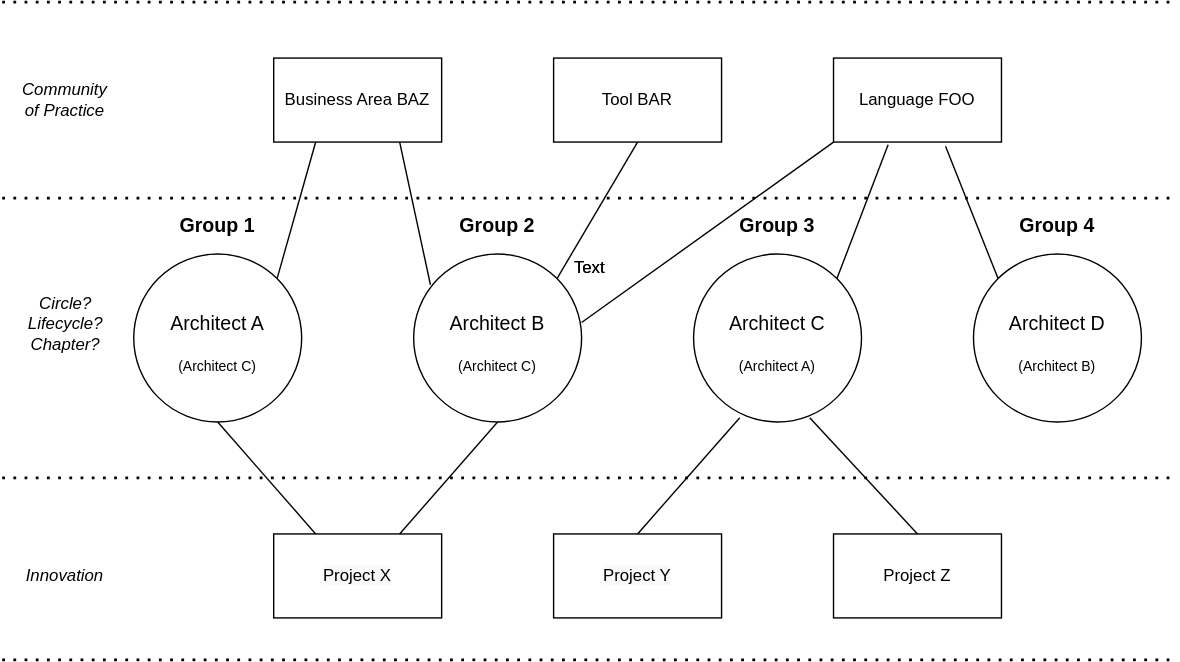
Before: Architecture Ideas-Teams POV.svg, a diagram exported from draw.io (CrossEye/temp). Source tidied: cells renumbered, new cells last; positions are measured from the earlier drawing's top-left corner, leaving out a move shared by most shapes.
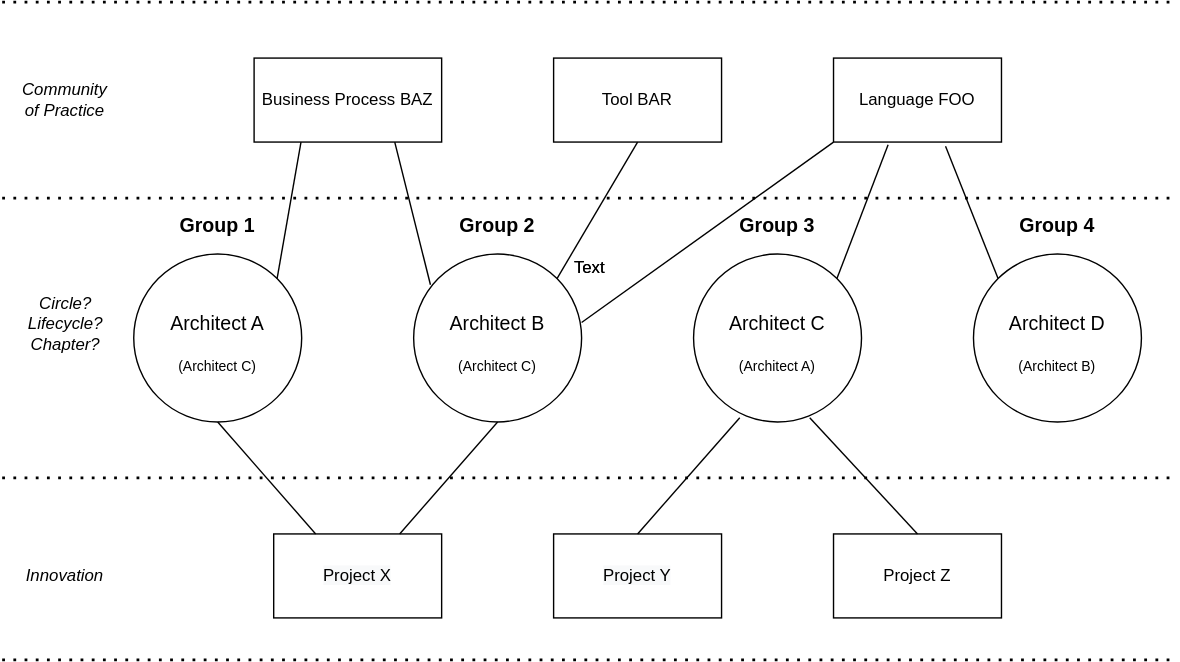
The same file after the commit.

What changed in the source:
```diff
@@ -50,8 +50,8 @@
     <mxCell id="17" value="&lt;font style=&quot;font-size: 10px&quot;&gt;(Architect B)&lt;/font&gt;" style="text;html=1;strokeColor=none;fillColor=none;align=center;verticalAlign=middle;whiteSpace=wrap;rounded=0;" parent="1" vertex="1">
       <mxGeometry x="714" y="235" width="80" height="50" as="geometry" />
     </mxCell>
-    <mxCell id="18" value="Business Area BAZ" style="rounded=0;whiteSpace=wrap;html=1;" parent="1" vertex="1">
-      <mxGeometry x="194" y="40" width="120" height="60" as="geometry" />
+    <mxCell id="18" value="Business Process BAZ" style="rounded=0;whiteSpace=wrap;html=1;" parent="1" vertex="1">
+      <mxGeometry x="180" y="40" width="134" height="60" as="geometry" />
     </mxCell>
     <mxCell id="19" value="Tool BAR" style="rounded=0;whiteSpace=wrap;html=1;" parent="1" vertex="1">
       <mxGeometry x="394" y="40" width="120" height="60" as="geometry" />
```
